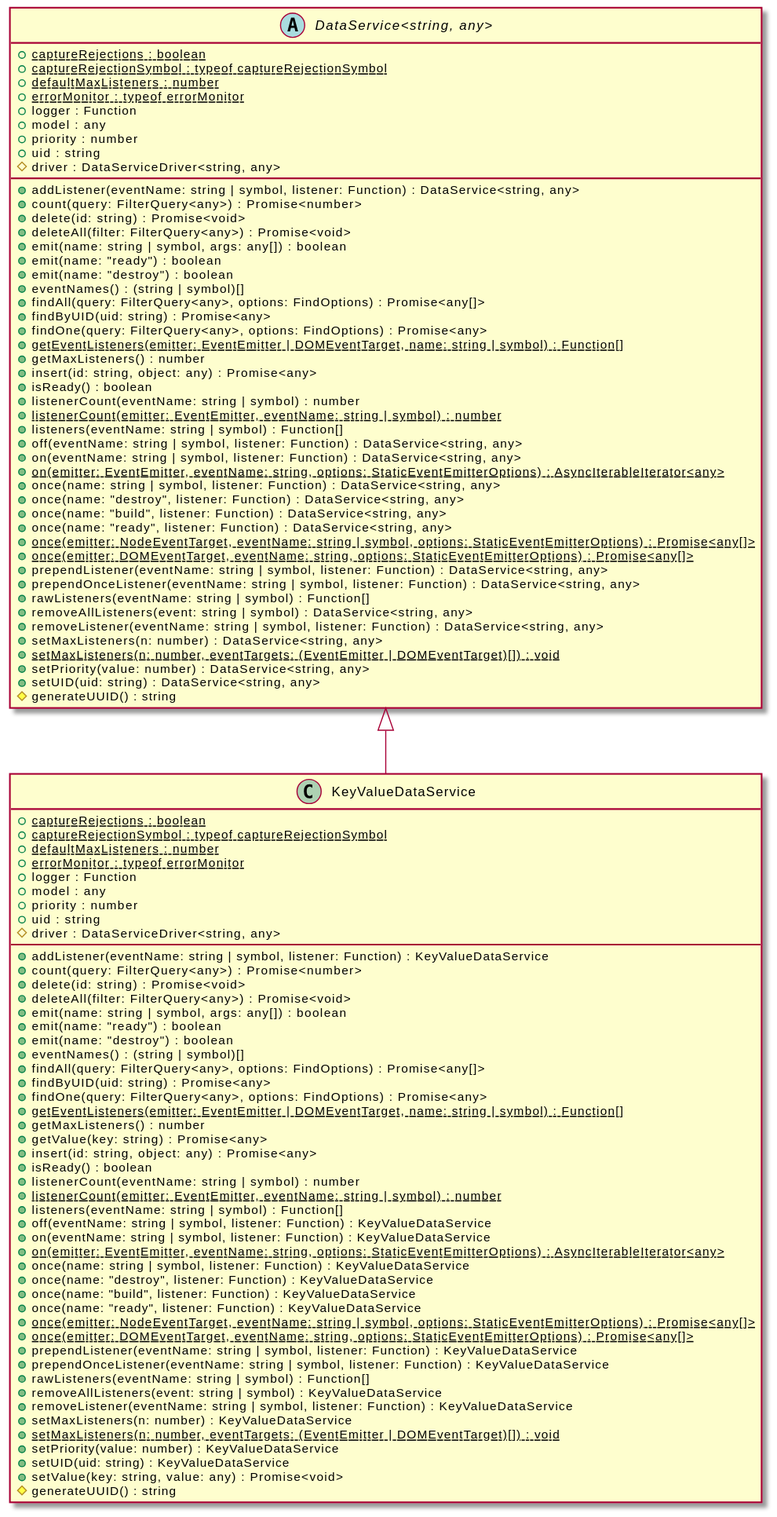
Earlier version of the PlantUML export assets/KeyValueDataService-umlClassDiagram-8578.svg (OpenHPS/openhps-core). Source of this version:
```plantuml
@startuml
skinparam BackgroundColor transparent
hide empty methods
hide empty fields
class "KeyValueDataService" {
    {static} +captureRejections : boolean
    {static} +captureRejectionSymbol : typeof captureRejectionSymbol
    {static} +defaultMaxListeners : number
    {static} +errorMonitor : typeof errorMonitor
    +logger : Function
    +model : any
    +priority : number
    +uid : string
    #driver : DataServiceDriver<string, any>
    +addListener(eventName: string | symbol, listener: Function) : KeyValueDataService
    +count(query: FilterQuery<any>) : Promise<number>
    +delete(id: string) : Promise<void>
    +deleteAll(filter: FilterQuery<any>) : Promise<void>
    +emit(name: string | symbol, args: any[]) : boolean
    +emit(name: "ready") : boolean
    +emit(name: "destroy") : boolean
    +eventNames() : (string | symbol)[]
    +findAll(query: FilterQuery<any>, options: FindOptions) : Promise<any[]>
    +findByUID(uid: string) : Promise<any>
    +findOne(query: FilterQuery<any>, options: FindOptions) : Promise<any>
    {static} +getEventListeners(emitter: EventEmitter | DOMEventTarget, name: string | symbol) : Function[]
    +getMaxListeners() : number
    +getValue(key: string) : Promise<any>
    +insert(id: string, object: any) : Promise<any>
    +isReady() : boolean
    +listenerCount(eventName: string | symbol) : number
    {static} +listenerCount(emitter: EventEmitter, eventName: string | symbol) : number
    +listeners(eventName: string | symbol) : Function[]
    +off(eventName: string | symbol, listener: Function) : KeyValueDataService
    +on(eventName: string | symbol, listener: Function) : KeyValueDataService
    {static} +on(emitter: EventEmitter, eventName: string, options: StaticEventEmitterOptions) : AsyncIterableIterator<any>
    +once(name: string | symbol, listener: Function) : KeyValueDataService
    +once(name: "destroy", listener: Function) : KeyValueDataService
    +once(name: "build", listener: Function) : KeyValueDataService
    +once(name: "ready", listener: Function) : KeyValueDataService
    {static} +once(emitter: NodeEventTarget, eventName: string | symbol, options: StaticEventEmitterOptions) : Promise<any[]>
    {static} +once(emitter: DOMEventTarget, eventName: string, options: StaticEventEmitterOptions) : Promise<any[]>
    +prependListener(eventName: string | symbol, listener: Function) : KeyValueDataService
    +prependOnceListener(eventName: string | symbol, listener: Function) : KeyValueDataService
    +rawListeners(eventName: string | symbol) : Function[]
    +removeAllListeners(event: string | symbol) : KeyValueDataService
    +removeListener(eventName: string | symbol, listener: Function) : KeyValueDataService
    +setMaxListeners(n: number) : KeyValueDataService
    {static} +setMaxListeners(n: number, eventTargets: (EventEmitter | DOMEventTarget)[]) : void
    +setPriority(value: number) : KeyValueDataService
    +setUID(uid: string) : KeyValueDataService
    +setValue(key: string, value: any) : Promise<void>
    #generateUUID() : string
}
abstract class "DataService<string, any>" {
    {static} +captureRejections : boolean
    {static} +captureRejectionSymbol : typeof captureRejectionSymbol
    {static} +defaultMaxListeners : number
    {static} +errorMonitor : typeof errorMonitor
    +logger : Function
    +model : any
    +priority : number
    +uid : string
    #driver : DataServiceDriver<string, any>
    +addListener(eventName: string | symbol, listener: Function) : DataService<string, any>
    +count(query: FilterQuery<any>) : Promise<number>
    +delete(id: string) : Promise<void>
    +deleteAll(filter: FilterQuery<any>) : Promise<void>
    +emit(name: string | symbol, args: any[]) : boolean
    +emit(name: "ready") : boolean
    +emit(name: "destroy") : boolean
    +eventNames() : (string | symbol)[]
    +findAll(query: FilterQuery<any>, options: FindOptions) : Promise<any[]>
    +findByUID(uid: string) : Promise<any>
    +findOne(query: FilterQuery<any>, options: FindOptions) : Promise<any>
    {static} +getEventListeners(emitter: EventEmitter | DOMEventTarget, name: string | symbol) : Function[]
    +getMaxListeners() : number
    +insert(id: string, object: any) : Promise<any>
    +isReady() : boolean
    +listenerCount(eventName: string | symbol) : number
    {static} +listenerCount(emitter: EventEmitter, eventName: string | symbol) : number
    +listeners(eventName: string | symbol) : Function[]
    +off(eventName: string | symbol, listener: Function) : DataService<string, any>
    +on(eventName: string | symbol, listener: Function) : DataService<string, any>
    {static} +on(emitter: EventEmitter, eventName: string, options: StaticEventEmitterOptions) : AsyncIterableIterator<any>
    +once(name: string | symbol, listener: Function) : DataService<string, any>
    +once(name: "destroy", listener: Function) : DataService<string, any>
    +once(name: "build", listener: Function) : DataService<string, any>
    +once(name: "ready", listener: Function) : DataService<string, any>
    {static} +once(emitter: NodeEventTarget, eventName: string | symbol, options: StaticEventEmitterOptions) : Promise<any[]>
    {static} +once(emitter: DOMEventTarget, eventName: string, options: StaticEventEmitterOptions) : Promise<any[]>
    +prependListener(eventName: string | symbol, listener: Function) : DataService<string, any>
    +prependOnceListener(eventName: string | symbol, listener: Function) : DataService<string, any>
    +rawListeners(eventName: string | symbol) : Function[]
    +removeAllListeners(event: string | symbol) : DataService<string, any>
    +removeListener(eventName: string | symbol, listener: Function) : DataService<string, any>
    +setMaxListeners(n: number) : DataService<string, any>
    {static} +setMaxListeners(n: number, eventTargets: (EventEmitter | DOMEventTarget)[]) : void
    +setPriority(value: number) : DataService<string, any>
    +setUID(uid: string) : DataService<string, any>
    #generateUUID() : string
}
"DataService<string, any>" <|-- "KeyValueDataService"
@enduml
```
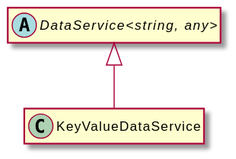
After the change.

Change to the diagram source:
```diff
@@ -3,102 +3,8 @@
 hide empty methods
 hide empty fields
 class "KeyValueDataService" {
-    {static} +captureRejections : boolean
-    {static} +captureRejectionSymbol : typeof captureRejectionSymbol
-    {static} +defaultMaxListeners : number
-    {static} +errorMonitor : typeof errorMonitor
-    +logger : Function
-    +model : any
-    +priority : number
-    +uid : string
-    #driver : DataServiceDriver<string, any>
-    +addListener(eventName: string | symbol, listener: Function) : KeyValueDataService
-    +count(query: FilterQuery<any>) : Promise<number>
-    +delete(id: string) : Promise<void>
-    +deleteAll(filter: FilterQuery<any>) : Promise<void>
-    +emit(name: string | symbol, args: any[]) : boolean
-    +emit(name: "ready") : boolean
-    +emit(name: "destroy") : boolean
-    +eventNames() : (string | symbol)[]
-    +findAll(query: FilterQuery<any>, options: FindOptions) : Promise<any[]>
-    +findByUID(uid: string) : Promise<any>
-    +findOne(query: FilterQuery<any>, options: FindOptions) : Promise<any>
-    {static} +getEventListeners(emitter: EventEmitter | DOMEventTarget, name: string | symbol) : Function[]
-    +getMaxListeners() : number
-    +getValue(key: string) : Promise<any>
-    +insert(id: string, object: any) : Promise<any>
-    +isReady() : boolean
-    +listenerCount(eventName: string | symbol) : number
-    {static} +listenerCount(emitter: EventEmitter, eventName: string | symbol) : number
-    +listeners(eventName: string | symbol) : Function[]
-    +off(eventName: string | symbol, listener: Function) : KeyValueDataService
-    +on(eventName: string | symbol, listener: Function) : KeyValueDataService
-    {static} +on(emitter: EventEmitter, eventName: string, options: StaticEventEmitterOptions) : AsyncIterableIterator<any>
-    +once(name: string | symbol, listener: Function) : KeyValueDataService
-    +once(name: "destroy", listener: Function) : KeyValueDataService
-    +once(name: "build", listener: Function) : KeyValueDataService
-    +once(name: "ready", listener: Function) : KeyValueDataService
-    {static} +once(emitter: NodeEventTarget, eventName: string | symbol, options: StaticEventEmitterOptions) : Promise<any[]>
-    {static} +once(emitter: DOMEventTarget, eventName: string, options: StaticEventEmitterOptions) : Promise<any[]>
-    +prependListener(eventName: string | symbol, listener: Function) : KeyValueDataService
-    +prependOnceListener(eventName: string | symbol, listener: Function) : KeyValueDataService
-    +rawListeners(eventName: string | symbol) : Function[]
-    +removeAllListeners(event: string | symbol) : KeyValueDataService
-    +removeListener(eventName: string | symbol, listener: Function) : KeyValueDataService
-    +setMaxListeners(n: number) : KeyValueDataService
-    {static} +setMaxListeners(n: number, eventTargets: (EventEmitter | DOMEventTarget)[]) : void
-    +setPriority(value: number) : KeyValueDataService
-    +setUID(uid: string) : KeyValueDataService
-    +setValue(key: string, value: any) : Promise<void>
-    #generateUUID() : string
 }
 abstract class "DataService<string, any>" {
-    {static} +captureRejections : boolean
-    {static} +captureRejectionSymbol : typeof captureRejectionSymbol
-    {static} +defaultMaxListeners : number
-    {static} +errorMonitor : typeof errorMonitor
-    +logger : Function
-    +model : any
-    +priority : number
-    +uid : string
-    #driver : DataServiceDriver<string, any>
-    +addListener(eventName: string | symbol, listener: Function) : DataService<string, any>
-    +count(query: FilterQuery<any>) : Promise<number>
-    +delete(id: string) : Promise<void>
-    +deleteAll(filter: FilterQuery<any>) : Promise<void>
-    +emit(name: string | symbol, args: any[]) : boolean
-    +emit(name: "ready") : boolean
-    +emit(name: "destroy") : boolean
-    +eventNames() : (string | symbol)[]
-    +findAll(query: FilterQuery<any>, options: FindOptions) : Promise<any[]>
-    +findByUID(uid: string) : Promise<any>
-    +findOne(query: FilterQuery<any>, options: FindOptions) : Promise<any>
-    {static} +getEventListeners(emitter: EventEmitter | DOMEventTarget, name: string | symbol) : Function[]
-    +getMaxListeners() : number
-    +insert(id: string, object: any) : Promise<any>
-    +isReady() : boolean
-    +listenerCount(eventName: string | symbol) : number
-    {static} +listenerCount(emitter: EventEmitter, eventName: string | symbol) : number
-    +listeners(eventName: string | symbol) : Function[]
-    +off(eventName: string | symbol, listener: Function) : DataService<string, any>
-    +on(eventName: string | symbol, listener: Function) : DataService<string, any>
-    {static} +on(emitter: EventEmitter, eventName: string, options: StaticEventEmitterOptions) : AsyncIterableIterator<any>
-    +once(name: string | symbol, listener: Function) : DataService<string, any>
-    +once(name: "destroy", listener: Function) : DataService<string, any>
-    +once(name: "build", listener: Function) : DataService<string, any>
-    +once(name: "ready", listener: Function) : DataService<string, any>
-    {static} +once(emitter: NodeEventTarget, eventName: string | symbol, options: StaticEventEmitterOptions) : Promise<any[]>
-    {static} +once(emitter: DOMEventTarget, eventName: string, options: StaticEventEmitterOptions) : Promise<any[]>
-    +prependListener(eventName: string | symbol, listener: Function) : DataService<string, any>
-    +prependOnceListener(eventName: string | symbol, listener: Function) : DataService<string, any>
-    +rawListeners(eventName: string | symbol) : Function[]
-    +removeAllListeners(event: string | symbol) : DataService<string, any>
-    +removeListener(eventName: string | symbol, listener: Function) : DataService<string, any>
-    +setMaxListeners(n: number) : DataService<string, any>
-    {static} +setMaxListeners(n: number, eventTargets: (EventEmitter | DOMEventTarget)[]) : void
-    +setPriority(value: number) : DataService<string, any>
-    +setUID(uid: string) : DataService<string, any>
-    #generateUUID() : string
 }
 "DataService<string, any>" <|-- "KeyValueDataService"
 @enduml
```
